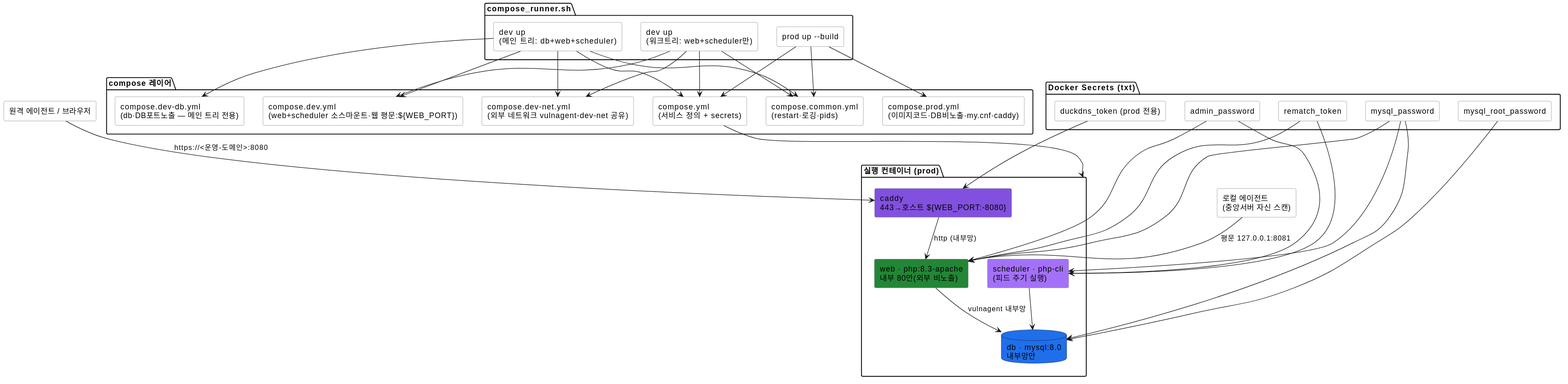
Above: docs/specs/diagrams/배포구성.svg in JeongDoWook/vuln-agent (PlantUML), before the change. Its diagram source:
```plantuml
@startuml

skinparam rectangle {
    BackgroundColor #ffffff
    BorderColor #6e7681
}
skinparam databaseBackgroundColor #ffffff
skinparam shadowing false

package "compose_runner.sh" as Runner {
    rectangle "dev up\n(메인 트리: db+web+scheduler)" as R1
    rectangle "dev up\n(워크트리: web+scheduler만)" as R1W
    rectangle "prod up --build" as R2
}

package "compose 레이어" as Files {
    rectangle "compose.yml\n(서비스 정의 + secrets)" as F0
    rectangle "compose.common.yml\n(restart·로깅·pids)" as FC
    rectangle "compose.dev.yml\n(web+scheduler 소스마운트·웹 평문:${WEB_PORT})" as FD
    rectangle "compose.dev-db.yml\n(db·DB포트노출 — 메인 트리 전용)" as FDB
    rectangle "compose.dev-net.yml\n(외부 네트워크 vulnagent-dev-net 공유)" as FN
    rectangle "compose.prod.yml\n(이미지코드·DB비노출·my.cnf·caddy)" as FP
}

package "Docker Secrets (txt)" as Secrets {
    rectangle "mysql_root_password" as S1
    rectangle "mysql_password" as S2
    rectangle "rematch_token" as S3
    rectangle "admin_password" as S4
    rectangle "duckdns_token (prod 전용)" as S5
}

package "실행 컨테이너 (prod)" as Stack {
    rectangle "caddy\n443→호스트 ${WEB_PORT:-8080}" as CADDY #8250df
    rectangle "web · php:8.3-apache\n내부 80만(외부 비노출)" as WC #238636
    rectangle "scheduler · php-cli\n(피드 주기 실행)" as SCH #a371f7
    database "db · mysql:8.0\n내부망만" as DC #1f6feb
}

R1 --> F0
R1 --> FC
R1 --> FD
R1 --> FDB
R1 --> FN

R1W --> F0
R1W --> FC
R1W --> FD
R1W --> FN

R2 --> F0
R2 --> FC
R2 --> FP

F0 --> Stack

S5 --> CADDY
S2 --> WC
S3 --> WC
S4 --> WC
S2 --> SCH
S3 --> SCH
S4 --> SCH
S1 --> DC
S2 --> DC

rectangle "원격 에이전트 / 브라우저" as REMOTE
rectangle "로컬 에이전트\n(중앙서버 자신 스캔)" as LOCAL

REMOTE --> CADDY : https://<운영-도메인>:8080
CADDY --> WC : http (내부망)
LOCAL --> WC : 평문 127.0.0.1:8081
WC --> DC : vulnagent 내부망
SCH --> DC
@enduml
```
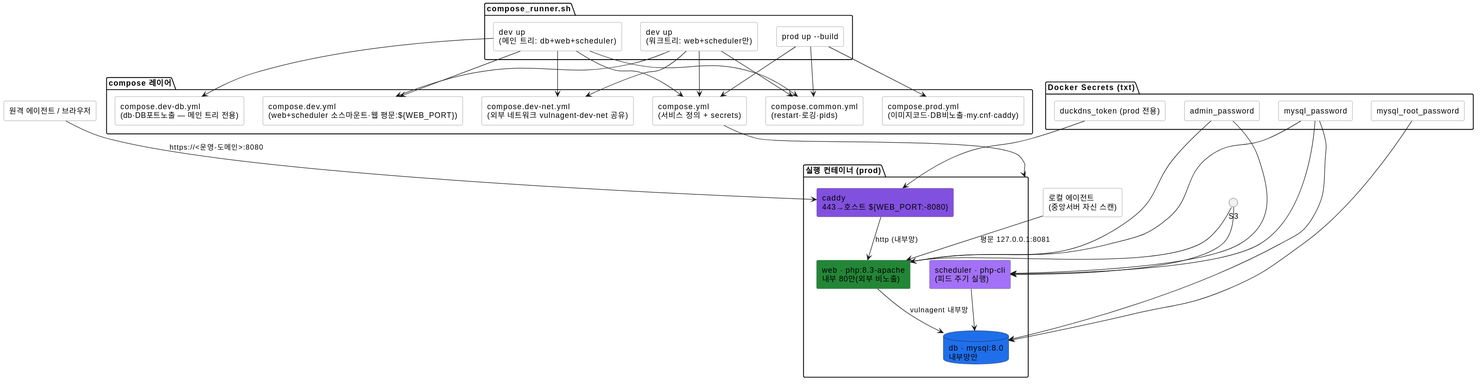
Above is the later version.

The edit, as a diff of the source:
```diff
@@ -25,7 +25,6 @@
 package "Docker Secrets (txt)" as Secrets {
     rectangle "mysql_root_password" as S1
     rectangle "mysql_password" as S2
-    rectangle "rematch_token" as S3
     rectangle "admin_password" as S4
     rectangle "duckdns_token (prod 전용)" as S5
 }
```
